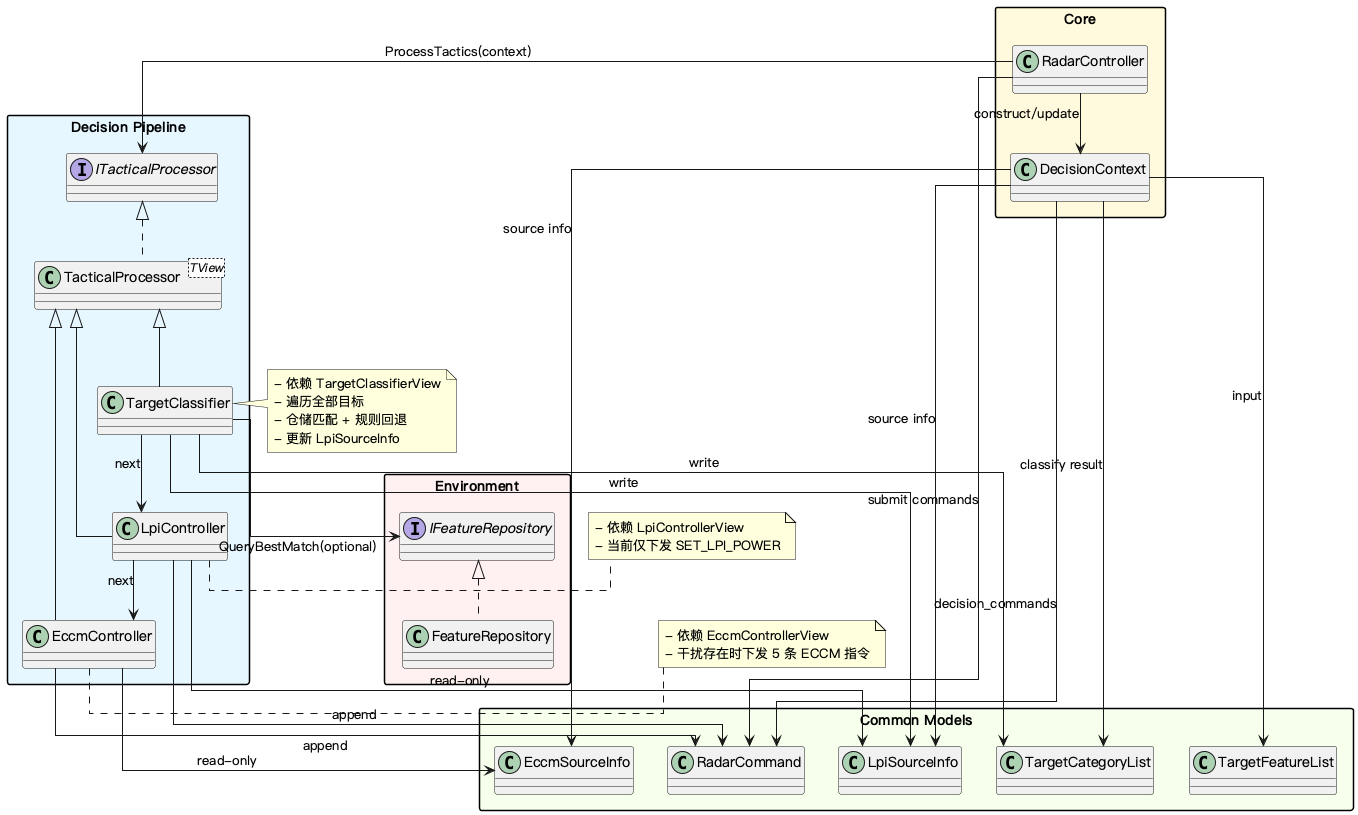
Above: doc/architecture/decision/decision-architecture.png in boilwater-3/1q (PlantUML), before the change.
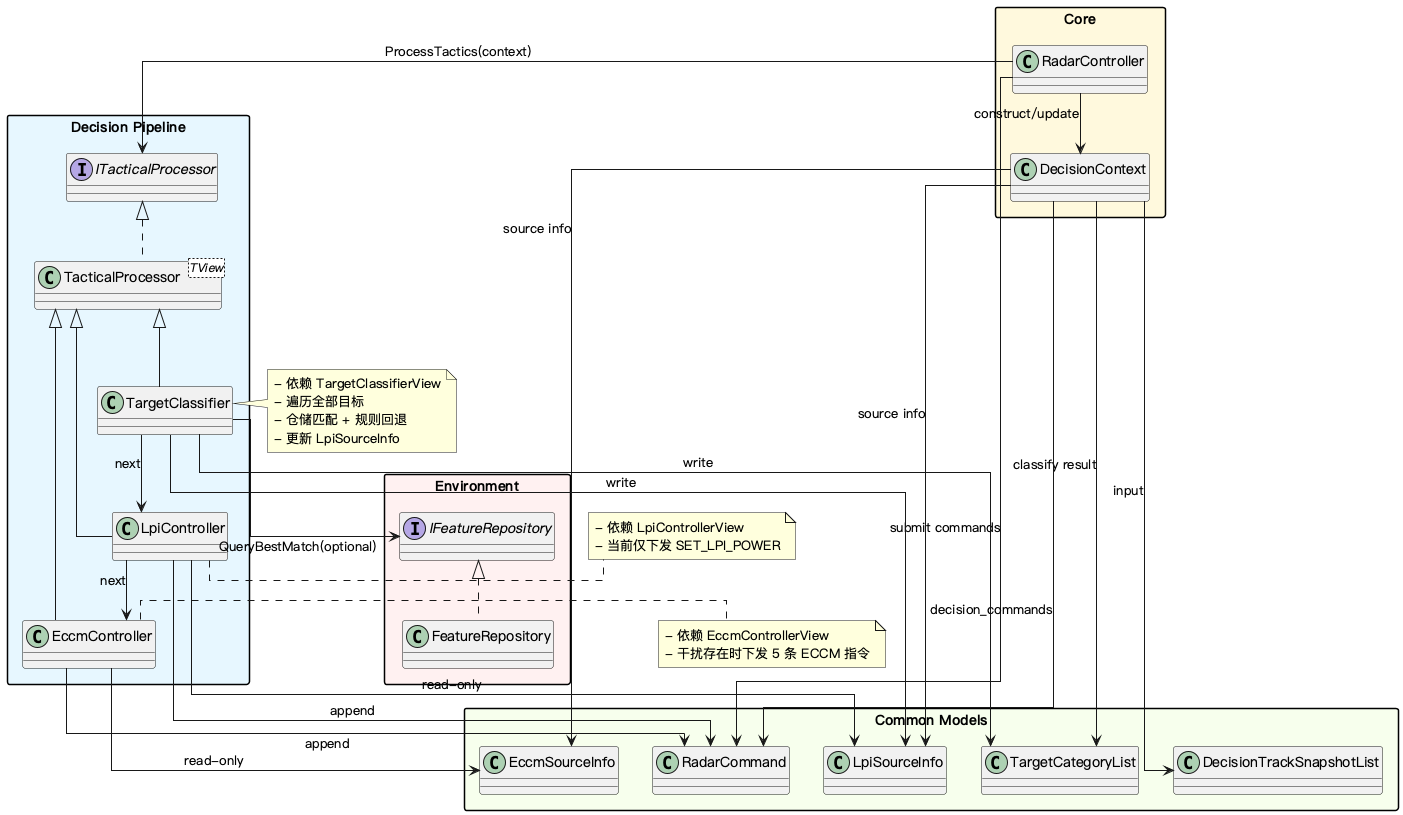
Above is the later version.

Change to the diagram source:
```diff
@@ -25,7 +25,7 @@
 }
 
 package "Common Models" #F6FFED {
-  class TargetFeatureList
+  class DecisionTrackSnapshotList
   class TargetCategoryList
   class LpiSourceInfo
   class EccmSourceInfo
@@ -42,7 +42,7 @@
 RadarController --> ITacticalProcessor : ProcessTactics(context)
 RadarController --> RadarCommand : submit commands
 
-DecisionContext --> TargetFeatureList : input
+DecisionContext --> DecisionTrackSnapshotList : input
 DecisionContext --> TargetCategoryList : classify result
 DecisionContext --> LpiSourceInfo : source info
 DecisionContext --> EccmSourceInfo : source info
```
